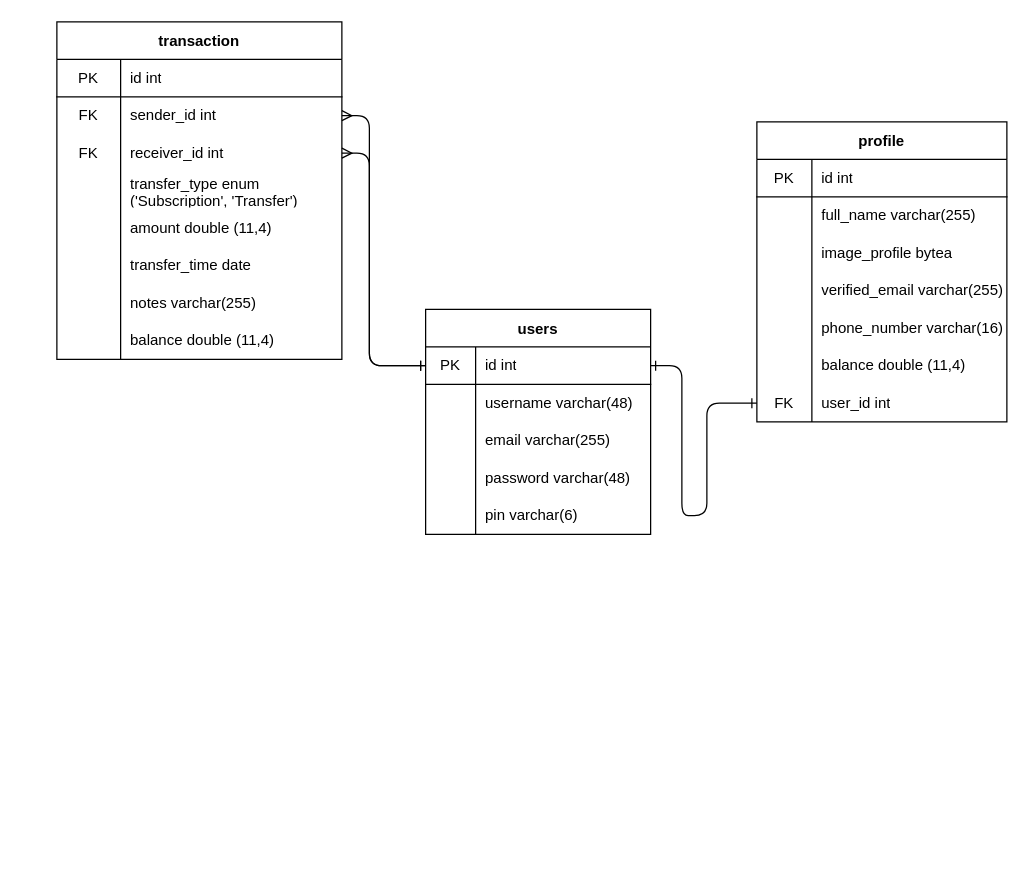
prasetyoow/dicurre-backend keeps this draw.io diagram as erd.drawio. Above is the earlier version. Source tidied: cells renumbered, new cells numbered last; positions are measured from the earlier drawing's top-left corner, leaving out a move shared by most shapes. Both pictures are drawn from the tidied source at 125%, with x=0, y=0 at pixel (56, 21).
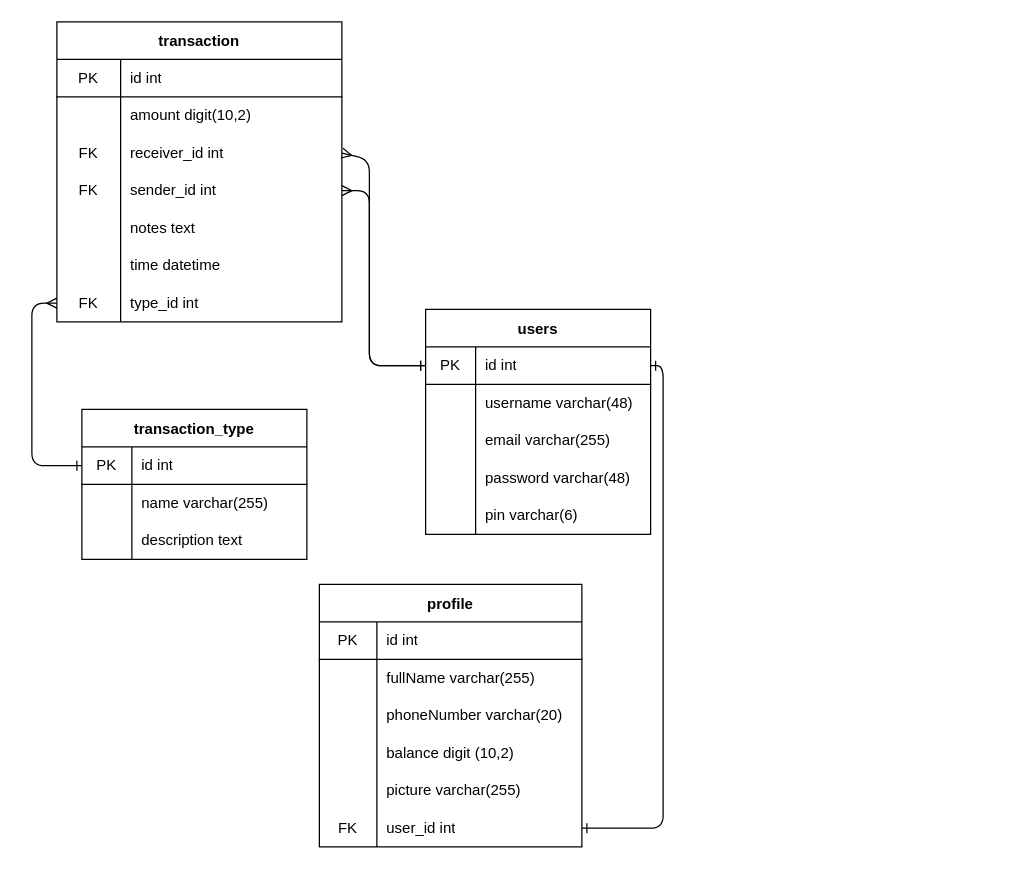
The same diagram, later.

The change refers to these unchanged cells:
```xml
<mxCell id="3" style="shape=partialRectangle;html=1;whiteSpace=wrap;fillColor=none;top=0;left=0;bottom=1;right=0;points=[[0,0.5],[1,0.5]];portConstraint=eastwest;" parent="2" vertex="1">
  <mxGeometry y="30" width="180" height="30" as="geometry" />
</mxCell>
<mxCell id="44" style="shape=partialRectangle;html=1;whiteSpace=wrap;fillColor=none;top=0;left=0;bottom=0;right=0;points=[[0,0.5],[1,0.5]];portConstraint=eastwest;" parent="40" vertex="1">
  <mxGeometry y="60" width="228" height="30" as="geometry" />
</mxCell>
<mxCell id="47" style="shape=partialRectangle;html=1;whiteSpace=wrap;fillColor=none;top=0;left=0;bottom=0;right=0;points=[[0,0.5],[1,0.5]];portConstraint=eastwest;" parent="40" vertex="1">
  <mxGeometry y="90" width="228" height="30" as="geometry" />
</mxCell>
<mxCell id="50" style="shape=partialRectangle;html=1;whiteSpace=wrap;fillColor=none;top=0;left=0;bottom=0;right=0;points=[[0,0.5],[1,0.5]];portConstraint=eastwest;" parent="40" vertex="1">
  <mxGeometry y="120" width="228" height="30" as="geometry" />
</mxCell>
<mxCell id="53" style="shape=partialRectangle;html=1;whiteSpace=wrap;fillColor=none;top=0;left=0;bottom=0;right=0;" parent="40" vertex="1">
  <mxGeometry y="150" width="228" height="30" as="geometry" />
</mxCell>
<mxCell id="56" style="shape=partialRectangle;html=1;whiteSpace=wrap;fillColor=none;top=0;left=0;bottom=0;right=0;" parent="40" vertex="1">
  <mxGeometry y="180" width="228" height="30" as="geometry" />
</mxCell>
<mxCell id="59" style="shape=partialRectangle;html=1;whiteSpace=wrap;fillColor=none;top=0;left=0;bottom=0;right=0;points=[[0,0.5],[1,0.5]];portConstraint=eastwest;" parent="40" vertex="1">
  <mxGeometry y="210" width="228" height="30" as="geometry" />
</mxCell>
```

What changed in the source:
```diff
@@
     <mxCell id="18" value="profile" style="shape=table;startSize=30;childLayout=tableLayout;rowLines=0;fontStyle=1;align=center;" parent="1" vertex="1">
-      <mxGeometry x="560" y="80" width="200" height="240" as="geometry" />
+      <mxGeometry x="210" y="450" width="210" height="210" as="geometry" />
     </mxCell>
     <mxCell id="19" style="shape=partialRectangle;html=1;whiteSpace=wrap;fillColor=none;top=0;left=0;bottom=1;right=0;" parent="18" vertex="1">
-      <mxGeometry y="30" width="200" height="30" as="geometry" />
+      <mxGeometry y="30" width="210" height="30" as="geometry" />
     </mxCell>
     <mxCell id="20" value="PK" style="shape=partialRectangle;html=1;whiteSpace=wrap;fillColor=none;top=0;left=0;bottom=0;right=0;overflow=hidden;" parent="19" vertex="1">
-      <mxGeometry width="44" height="30" as="geometry" />
+      <mxGeometry width="46" height="30" as="geometry" />
     </mxCell>
     <mxCell id="21" value="id int" style="shape=partialRectangle;html=1;whiteSpace=wrap;fillColor=none;top=0;left=0;bottom=0;right=0;align=left;spacingLeft=6;overflow=hidden;" parent="19" vertex="1">
-      <mxGeometry x="44" width="156" height="30" as="geometry" />
+      <mxGeometry x="46" width="164" height="30" as="geometry" />
     </mxCell>
     <mxCell id="22" style="shape=partialRectangle;html=1;whiteSpace=wrap;fillColor=none;top=0;left=0;bottom=0;right=0;" parent="18" vertex="1">
-      <mxGeometry y="60" width="200" height="30" as="geometry" />
+      <mxGeometry y="60" width="210" height="30" as="geometry" />
     </mxCell>
     <mxCell id="23" style="shape=partialRectangle;html=1;whiteSpace=wrap;fillColor=none;top=0;left=0;bottom=0;right=0;overflow=hidden;" parent="22" vertex="1">
-      <mxGeometry width="44" height="30" as="geometry" />
+      <mxGeometry width="46" height="30" as="geometry" />
     </mxCell>
-    <mxCell id="24" value="full_name varchar(255)" style="shape=partialRectangle;html=1;whiteSpace=wrap;fillColor=none;top=0;left=0;bottom=0;right=0;align=left;spacingLeft=6;overflow=hidden;" parent="22" vertex="1">
-      <mxGeometry x="44" width="156" height="30" as="geometry" />
+    <mxCell id="24" value="fullName varchar(255)" style="shape=partialRectangle;html=1;whiteSpace=wrap;fillColor=none;top=0;left=0;bottom=0;right=0;align=left;spacingLeft=6;overflow=hidden;" parent="22" vertex="1">
+      <mxGeometry x="46" width="164" height="30" as="geometry" />
     </mxCell>
     <mxCell id="25" style="shape=partialRectangle;html=1;whiteSpace=wrap;fillColor=none;top=0;left=0;bottom=0;right=0;" parent="18" vertex="1">
-      <mxGeometry y="90" width="200" height="30" as="geometry" />
+      <mxGeometry y="90" width="210" height="30" as="geometry" />
     </mxCell>
     <mxCell id="26" style="shape=partialRectangle;html=1;whiteSpace=wrap;fillColor=none;top=0;left=0;bottom=0;right=0;overflow=hidden;" parent="25" vertex="1">
-      <mxGeometry width="44" height="30" as="geometry" />
+      <mxGeometry width="46" height="30" as="geometry" />
     </mxCell>
-    <mxCell id="27" value="image_profile bytea" style="shape=partialRectangle;html=1;whiteSpace=wrap;fillColor=none;top=0;left=0;bottom=0;right=0;align=left;spacingLeft=6;overflow=hidden;" parent="25" vertex="1">
-      <mxGeometry x="44" width="156" height="30" as="geometry" />
+    <mxCell id="27" value="phoneNumber varchar(20)" style="shape=partialRectangle;html=1;whiteSpace=wrap;fillColor=none;top=0;left=0;bottom=0;right=0;align=left;spacingLeft=6;overflow=hidden;" parent="25" vertex="1">
+      <mxGeometry x="46" width="164" height="30" as="geometry" />
     </mxCell>
     <mxCell id="28" style="shape=partialRectangle;html=1;whiteSpace=wrap;fillColor=none;top=0;left=0;bottom=0;right=0;" parent="18" vertex="1">
-      <mxGeometry y="120" width="200" height="30" as="geometry" />
+      <mxGeometry y="120" width="210" height="30" as="geometry" />
     </mxCell>
     <mxCell id="29" style="shape=partialRectangle;html=1;whiteSpace=wrap;fillColor=none;top=0;left=0;bottom=0;right=0;overflow=hidden;" parent="28" vertex="1">
-      <mxGeometry width="44" height="30" as="geometry" />
+      <mxGeometry width="46" height="30" as="geometry" />
     </mxCell>
-    <mxCell id="30" value="verified_email varchar(255)" style="shape=partialRectangle;html=1;whiteSpace=wrap;fillColor=none;top=0;left=0;bottom=0;right=0;align=left;spacingLeft=6;overflow=hidden;" parent="28" vertex="1">
-      <mxGeometry x="44" width="156" height="30" as="geometry" />
+    <mxCell id="30" value="balance digit (10,2)" style="shape=partialRectangle;html=1;whiteSpace=wrap;fillColor=none;top=0;left=0;bottom=0;right=0;align=left;spacingLeft=6;overflow=hidden;" parent="28" vertex="1">
+      <mxGeometry x="46" width="164" height="30" as="geometry" />
     </mxCell>
     <mxCell id="31" style="shape=partialRectangle;html=1;whiteSpace=wrap;fillColor=none;top=0;left=0;bottom=0;right=0;" parent="18" vertex="1">
-      <mxGeometry y="150" width="200" height="30" as="geometry" />
+      <mxGeometry y="150" width="210" height="30" as="geometry" />
     </mxCell>
     <mxCell id="32" style="shape=partialRectangle;html=1;whiteSpace=wrap;fillColor=none;top=0;left=0;bottom=0;right=0;overflow=hidden;" parent="31" vertex="1">
-      <mxGeometry width="44" height="30" as="geometry" />
+      <mxGeometry width="46" height="30" as="geometry" />
     </mxCell>
-    <mxCell id="33" value="phone_number varchar(16)" style="shape=partialRectangle;html=1;whiteSpace=wrap;fillColor=none;top=0;left=0;bottom=0;right=0;align=left;spacingLeft=6;overflow=hidden;" parent="31" vertex="1">
-      <mxGeometry x="44" width="156" height="30" as="geometry" />
+    <mxCell id="33" value="picture varchar(255)" style="shape=partialRectangle;html=1;whiteSpace=wrap;fillColor=none;top=0;left=0;bottom=0;right=0;align=left;spacingLeft=6;overflow=hidden;" parent="31" vertex="1">
+      <mxGeometry x="46" width="164" height="30" as="geometry" />
     </mxCell>
-    <mxCell id="34" style="shape=partialRectangle;html=1;whiteSpace=wrap;fillColor=none;top=0;left=0;bottom=0;right=0;" parent="18" vertex="1">
-      <mxGeometry y="180" width="200" height="30" as="geometry" />
-    </mxCell>
-    <mxCell id="35" style="shape=partialRectangle;html=1;whiteSpace=wrap;fillColor=none;top=0;left=0;bottom=0;right=0;overflow=hidden;" parent="34" vertex="1">
-      <mxGeometry width="44" height="30" as="geometry" />
-    </mxCell>
-    <mxCell id="36" value="balance double (11,4)" style="shape=partialRectangle;html=1;whiteSpace=wrap;fillColor=none;top=0;left=0;bottom=0;right=0;align=left;spacingLeft=6;overflow=hidden;" parent="34" vertex="1">
-      <mxGeometry x="44" width="156" height="30" as="geometry" />
-    </mxCell>
     <mxCell id="37" style="shape=partialRectangle;html=1;whiteSpace=wrap;fillColor=none;top=0;left=0;bottom=0;right=0;points=[[0,0.5],[1,0.5]];portConstraint=eastwest;" parent="18" vertex="1">
-      <mxGeometry y="210" width="200" height="30" as="geometry" />
+      <mxGeometry y="180" width="210" height="30" as="geometry" />
     </mxCell>
     <mxCell id="38" value="FK" style="shape=partialRectangle;html=1;whiteSpace=wrap;fillColor=none;top=0;left=0;bottom=0;right=0;overflow=hidden;" parent="37" vertex="1">
-      <mxGeometry width="44" height="30" as="geometry" />
+      <mxGeometry width="46" height="30" as="geometry" />
     </mxCell>
     <mxCell id="39" value="user_id int" style="shape=partialRectangle;html=1;whiteSpace=wrap;fillColor=none;top=0;left=0;bottom=0;right=0;align=left;spacingLeft=6;overflow=hidden;" parent="37" vertex="1">
-      <mxGeometry x="44" width="156" height="30" as="geometry" />
+      <mxGeometry x="46" width="164" height="30" as="geometry" />
     </mxCell>
     <mxCell id="40" value="transaction" style="shape=table;startSize=30;childLayout=tableLayout;rowLines=0;fontStyle=1;align=center;" parent="1" vertex="1">
-      <mxGeometry width="228" height="270" as="geometry" />
+      <mxGeometry width="228" height="240" as="geometry" />
     </mxCell>
@@
-    <mxCell id="45" value="FK" style="shape=partialRectangle;html=1;whiteSpace=wrap;fillColor=none;top=0;left=0;bottom=0;right=0;overflow=hidden;" parent="44" vertex="1">
+    <mxCell id="45" style="shape=partialRectangle;html=1;whiteSpace=wrap;fillColor=none;top=0;left=0;bottom=0;right=0;overflow=hidden;" parent="44" vertex="1">
       <mxGeometry width="51" height="30" as="geometry" />
     </mxCell>
-    <mxCell id="46" value="sender_id int" style="shape=partialRectangle;html=1;whiteSpace=wrap;fillColor=none;top=0;left=0;bottom=0;right=0;align=left;spacingLeft=6;overflow=hidden;" parent="44" vertex="1">
+    <mxCell id="46" value="amount digit(10,2)" style="shape=partialRectangle;html=1;whiteSpace=wrap;fillColor=none;top=0;left=0;bottom=0;right=0;align=left;spacingLeft=6;overflow=hidden;" parent="44" vertex="1">
       <mxGeometry x="51" width="177" height="30" as="geometry" />
     </mxCell>
@@
-    <mxCell id="51" style="shape=partialRectangle;html=1;whiteSpace=wrap;fillColor=none;top=0;left=0;bottom=0;right=0;overflow=hidden;" parent="50" vertex="1">
+    <mxCell id="51" value="FK" style="shape=partialRectangle;html=1;whiteSpace=wrap;fillColor=none;top=0;left=0;bottom=0;right=0;overflow=hidden;" parent="50" vertex="1">
       <mxGeometry width="51" height="30" as="geometry" />
     </mxCell>
-    <mxCell id="52" value="transfer_type enum ('Subscription', 'Transfer')" style="shape=partialRectangle;html=1;whiteSpace=wrap;fillColor=none;top=0;left=0;bottom=0;right=0;align=left;spacingLeft=6;overflow=hidden;" parent="50" vertex="1">
+    <mxCell id="52" value="sender_id int" style="shape=partialRectangle;html=1;whiteSpace=wrap;fillColor=none;top=0;left=0;bottom=0;right=0;align=left;spacingLeft=6;overflow=hidden;" parent="50" vertex="1">
       <mxGeometry x="51" width="177" height="30" as="geometry" />
     </mxCell>
@@
-    <mxCell id="55" value="amount double (11,4)" style="shape=partialRectangle;html=1;whiteSpace=wrap;fillColor=none;top=0;left=0;bottom=0;right=0;align=left;spacingLeft=6;overflow=hidden;" parent="53" vertex="1">
+    <mxCell id="55" value="notes text" style="shape=partialRectangle;html=1;whiteSpace=wrap;fillColor=none;top=0;left=0;bottom=0;right=0;align=left;spacingLeft=6;overflow=hidden;" parent="53" vertex="1">
       <mxGeometry x="51" width="177" height="30" as="geometry" />
     </mxCell>
@@
-    <mxCell id="58" value="transfer_time date" style="shape=partialRectangle;html=1;whiteSpace=wrap;fillColor=none;top=0;left=0;bottom=0;right=0;align=left;spacingLeft=6;overflow=hidden;" parent="56" vertex="1">
+    <mxCell id="58" value="time datetime" style="shape=partialRectangle;html=1;whiteSpace=wrap;fillColor=none;top=0;left=0;bottom=0;right=0;align=left;spacingLeft=6;overflow=hidden;" parent="56" vertex="1">
       <mxGeometry x="51" width="177" height="30" as="geometry" />
     </mxCell>
@@
-    <mxCell id="60" style="shape=partialRectangle;html=1;whiteSpace=wrap;fillColor=none;top=0;left=0;bottom=0;right=0;overflow=hidden;" parent="59" vertex="1">
+    <mxCell id="60" value="FK" style="shape=partialRectangle;html=1;whiteSpace=wrap;fillColor=none;top=0;left=0;bottom=0;right=0;overflow=hidden;" parent="59" vertex="1">
       <mxGeometry width="51" height="30" as="geometry" />
     </mxCell>
-    <mxCell id="61" value="notes varchar(255)" style="shape=partialRectangle;html=1;whiteSpace=wrap;fillColor=none;top=0;left=0;bottom=0;right=0;align=left;spacingLeft=6;overflow=hidden;" parent="59" vertex="1">
+    <mxCell id="61" value="type_id int" style="shape=partialRectangle;html=1;whiteSpace=wrap;fillColor=none;top=0;left=0;bottom=0;right=0;align=left;spacingLeft=6;overflow=hidden;" parent="59" vertex="1">
       <mxGeometry x="51" width="177" height="30" as="geometry" />
     </mxCell>
-    <mxCell id="62" style="shape=partialRectangle;html=1;whiteSpace=wrap;fillColor=none;top=0;left=0;bottom=0;right=0;" parent="40" vertex="1">
-      <mxGeometry y="240" width="228" height="30" as="geometry" />
-    </mxCell>
-    <mxCell id="63" style="shape=partialRectangle;html=1;whiteSpace=wrap;fillColor=none;top=0;left=0;bottom=0;right=0;overflow=hidden;" parent="62" vertex="1">
-      <mxGeometry width="51" height="30" as="geometry" />
-    </mxCell>
-    <mxCell id="64" value="balance double (11,4)" style="shape=partialRectangle;html=1;whiteSpace=wrap;fillColor=none;top=0;left=0;bottom=0;right=0;align=left;spacingLeft=6;overflow=hidden;" parent="62" vertex="1">
-      <mxGeometry x="51" width="177" height="30" as="geometry" />
-    </mxCell>
-    <mxCell id="65" style="edgeStyle=none;html=1;exitX=0;exitY=0.5;exitDx=0;exitDy=0;entryX=1;entryY=0.5;entryDx=0;entryDy=0;rounded=1;startArrow=ERone;startFill=0;endArrow=ERone;endFill=0;" parent="1" edge="1" source="37" target="3">
-      <mxGeometry relative="1" as="geometry">
-        <Array as="points">
-          <mxPoint x="520" y="305" />
-          <mxPoint x="520" y="395" />
-          <mxPoint x="500" y="395" />
-          <mxPoint x="500" y="275" />
-        </Array>
-      </mxGeometry>
-    </mxCell>
-    <mxCell id="66" style="edgeStyle=none;rounded=1;html=1;exitX=0;exitY=0.5;exitDx=0;exitDy=0;entryX=1;entryY=0.5;entryDx=0;entryDy=0;startArrow=ERone;startFill=0;endArrow=ERmany;endFill=0;" parent="1" edge="1" source="3" target="44">
+    <mxCell id="66" style="edgeStyle=none;rounded=1;html=1;exitX=0;exitY=0.5;exitDx=0;exitDy=0;entryX=1;entryY=0.5;entryDx=0;entryDy=0;startArrow=ERone;startFill=0;endArrow=ERmany;endFill=0;" parent="1" edge="1" source="3" target="47">
       <mxGeometry relative="1" as="geometry">
         <Array as="points">
           <mxPoint x="250" y="275" />
-          <mxPoint x="250" y="75" />
+          <mxPoint x="250" y="110" />
         </Array>
       </mxGeometry>
     </mxCell>
-    <mxCell id="67" style="edgeStyle=none;rounded=1;html=1;exitX=1;exitY=0.5;exitDx=0;exitDy=0;entryX=0;entryY=0.5;entryDx=0;entryDy=0;startArrow=ERmany;startFill=0;endArrow=ERone;endFill=0;" parent="1" edge="1" source="47" target="3">
+    <mxCell id="67" style="edgeStyle=none;rounded=1;html=1;exitX=1;exitY=0.5;exitDx=0;exitDy=0;entryX=0;entryY=0.5;entryDx=0;entryDy=0;startArrow=ERmany;startFill=0;endArrow=ERone;endFill=0;" parent="1" edge="1" source="50" target="3">
       <mxGeometry relative="1" as="geometry">
         <Array as="points">
-          <mxPoint x="250" y="105" />
+          <mxPoint x="250" y="135" />
           <mxPoint x="250" y="180" />
           <mxPoint x="250" y="275" />
         </Array>
       </mxGeometry>
     </mxCell>
+    <mxCell id="68" value="transaction_type" style="shape=table;startSize=30;childLayout=tableLayout;rowLines=0;fontStyle=1;align=center;" parent="1" vertex="1">
+      <mxGeometry x="20" y="310" width="180" height="120" as="geometry" />
+    </mxCell>
+    <mxCell id="69" style="shape=partialRectangle;html=1;whiteSpace=wrap;fillColor=none;top=0;left=0;bottom=1;right=0;points=[[0,0.5],[1,0.5]];portConstraint=eastwest;" parent="68" vertex="1">
+      <mxGeometry y="30" width="180" height="30" as="geometry" />
+    </mxCell>
+    <mxCell id="70" value="PK" style="shape=partialRectangle;html=1;whiteSpace=wrap;fillColor=none;top=0;left=0;bottom=0;right=0;overflow=hidden;" parent="69" vertex="1">
+      <mxGeometry width="40" height="30" as="geometry" />
+    </mxCell>
+    <mxCell id="71" value="id int" style="shape=partialRectangle;html=1;whiteSpace=wrap;fillColor=none;top=0;left=0;bottom=0;right=0;align=left;spacingLeft=6;overflow=hidden;" parent="69" vertex="1">
+      <mxGeometry x="40" width="140" height="30" as="geometry" />
+    </mxCell>
+    <mxCell id="72" style="shape=partialRectangle;html=1;whiteSpace=wrap;fillColor=none;top=0;left=0;bottom=0;right=0;" parent="68" vertex="1">
+      <mxGeometry y="60" width="180" height="30" as="geometry" />
+    </mxCell>
+    <mxCell id="73" style="shape=partialRectangle;html=1;whiteSpace=wrap;fillColor=none;top=0;left=0;bottom=0;right=0;overflow=hidden;" parent="72" vertex="1">
+      <mxGeometry width="40" height="30" as="geometry" />
+    </mxCell>
+    <mxCell id="74" value="name varchar(255)" style="shape=partialRectangle;html=1;whiteSpace=wrap;fillColor=none;top=0;left=0;bottom=0;right=0;align=left;spacingLeft=6;overflow=hidden;" parent="72" vertex="1">
+      <mxGeometry x="40" width="140" height="30" as="geometry" />
+    </mxCell>
+    <mxCell id="75" style="shape=partialRectangle;html=1;whiteSpace=wrap;fillColor=none;top=0;left=0;bottom=0;right=0;" parent="68" vertex="1">
+      <mxGeometry y="90" width="180" height="30" as="geometry" />
+    </mxCell>
+    <mxCell id="76" style="shape=partialRectangle;html=1;whiteSpace=wrap;fillColor=none;top=0;left=0;bottom=0;right=0;overflow=hidden;" parent="75" vertex="1">
+      <mxGeometry width="40" height="30" as="geometry" />
+    </mxCell>
+    <mxCell id="77" value="description text" style="shape=partialRectangle;html=1;whiteSpace=wrap;fillColor=none;top=0;left=0;bottom=0;right=0;align=left;spacingLeft=6;overflow=hidden;" parent="75" vertex="1">
+      <mxGeometry x="40" width="140" height="30" as="geometry" />
+    </mxCell>
+    <mxCell id="65" style="edgeStyle=orthogonalEdgeStyle;html=1;exitX=1;exitY=0.5;exitDx=0;exitDy=0;entryX=1;entryY=0.5;entryDx=0;entryDy=0;startArrow=ERone;startFill=0;endArrow=ERone;endFill=0;" parent="1" edge="1" source="37" target="3">
+      <mxGeometry relative="1" as="geometry" />
+    </mxCell>
+    <mxCell id="78" style="edgeStyle=orthogonalEdgeStyle;html=1;exitX=0;exitY=0.5;exitDx=0;exitDy=0;entryX=0;entryY=0.5;entryDx=0;entryDy=0;startArrow=ERone;startFill=0;endArrow=ERmany;endFill=0;" parent="1" edge="1" source="69" target="59">
+      <mxGeometry relative="1" as="geometry">
+        <Array as="points">
+          <mxPoint x="-20" y="355" />
+          <mxPoint x="-20" y="225" />
+        </Array>
+      </mxGeometry>
+    </mxCell>
```
